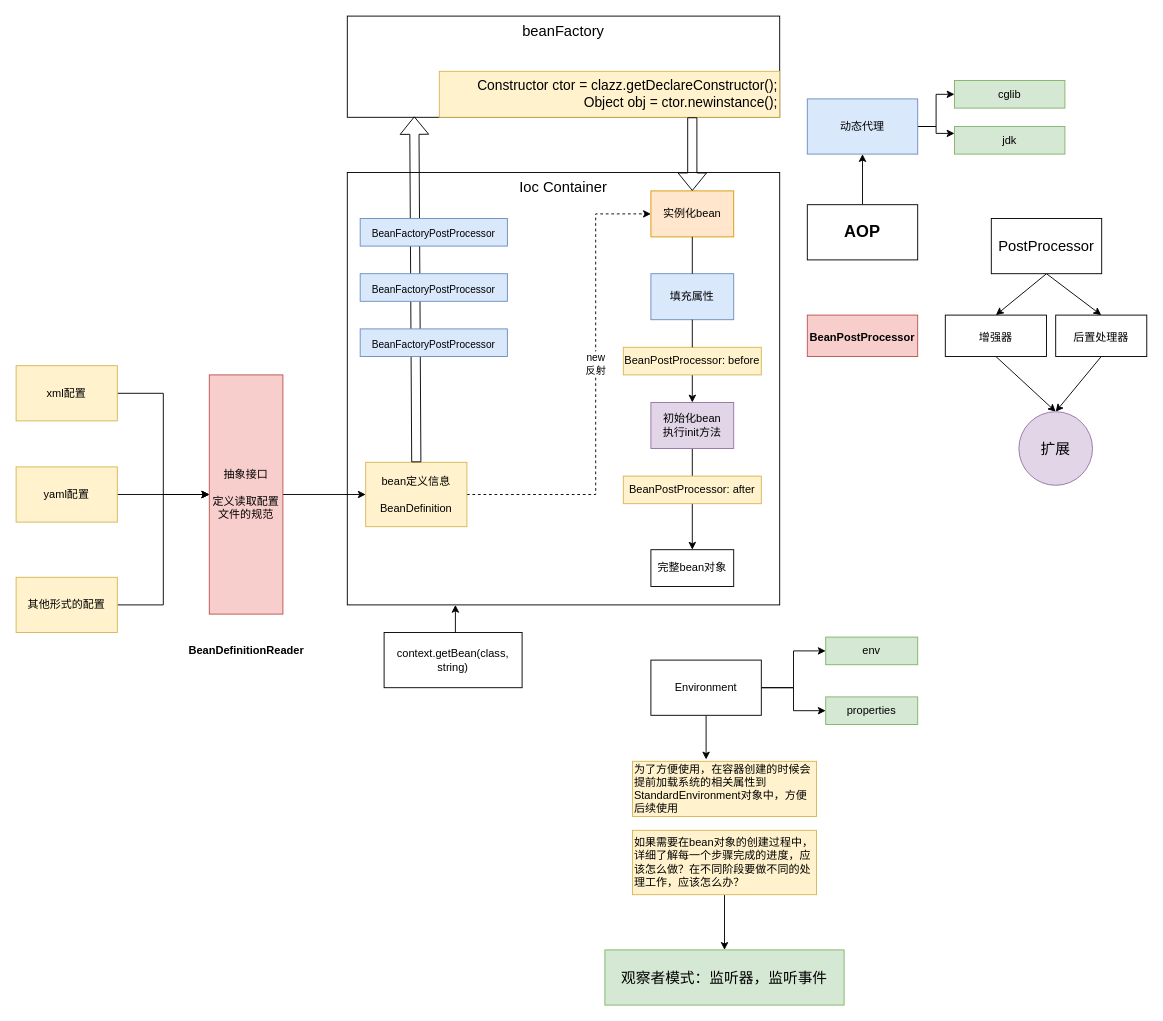
This is java/IOC.drawio from shizimin123/draw, a draw.io file, before an edit. Source tidied: cells renumbered, new cells numbered last; positions are measured from the earlier drawing's top-left corner, leaving out a move shared by most shapes. Both pictures are drawn from the tidied source at 92%, with x=0, y=0 at pixel (16, 16).
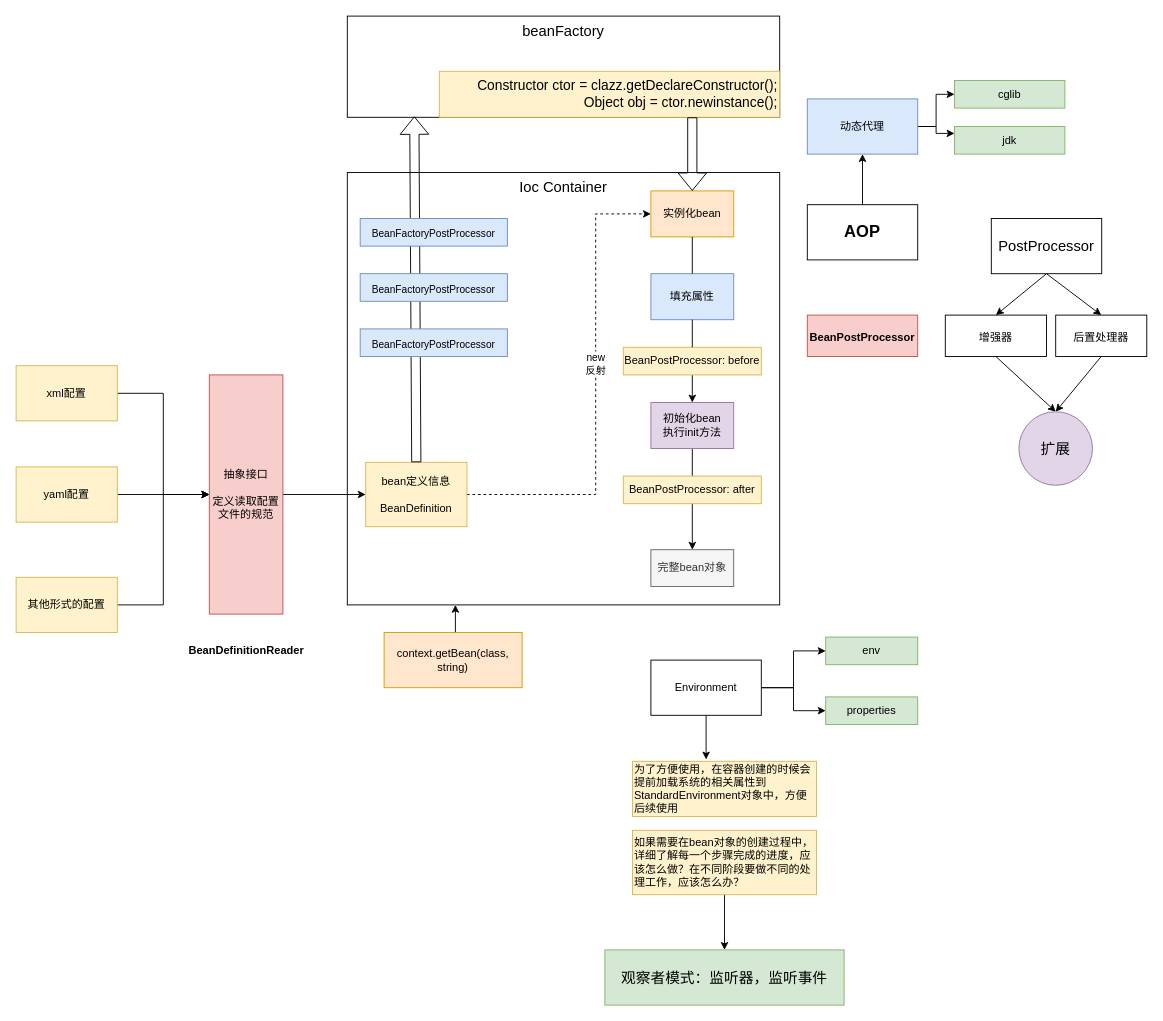
The same diagram, later.

Diff of the diagram source:
```diff
@@
-    <mxCell id="4" value="context.getBean(class,&lt;br&gt;string)" style="rounded=0;whiteSpace=wrap;html=1;" parent="1" vertex="1">
+    <mxCell id="4" value="context.getBean(class,&lt;br&gt;string)" style="rounded=0;whiteSpace=wrap;html=1;fillColor=#ffe6cc;strokeColor=#d79b00;" parent="1" vertex="1">
       <mxGeometry x="400" y="670" width="150" height="60" as="geometry" />
     </mxCell>
@@
-    <mxCell id="21" value="完整bean对象" style="rounded=0;whiteSpace=wrap;html=1;" parent="1" vertex="1">
+    <mxCell id="21" value="完整bean对象" style="rounded=0;whiteSpace=wrap;html=1;fillColor=#f5f5f5;fontColor=#333333;strokeColor=#666666;" parent="1" vertex="1">
       <mxGeometry x="690" y="580" width="90" height="40" as="geometry" />
     </mxCell>
```
